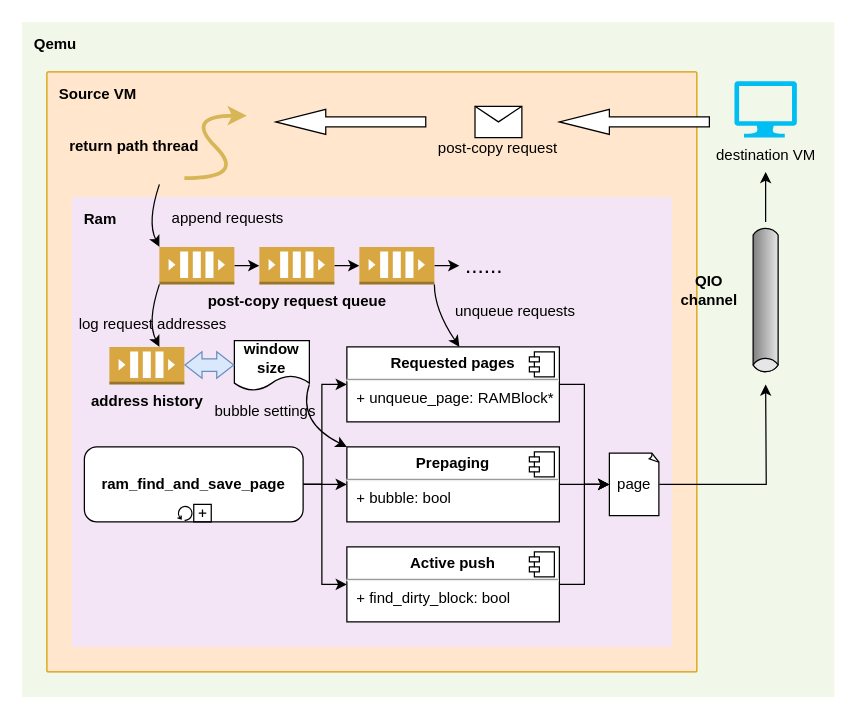
The draw.io diagram qemu-migration/ram-added-cirq.drawio in xuyizhe1999/drawio, before the edit. Source tidied: cells renumbered, new cells numbered last; positions are measured from the earlier drawing's top-left corner, leaving out a move shared by most shapes. Both pictures are drawn from the tidied source at 125%, with x=0, y=0 at pixel (21, 21).
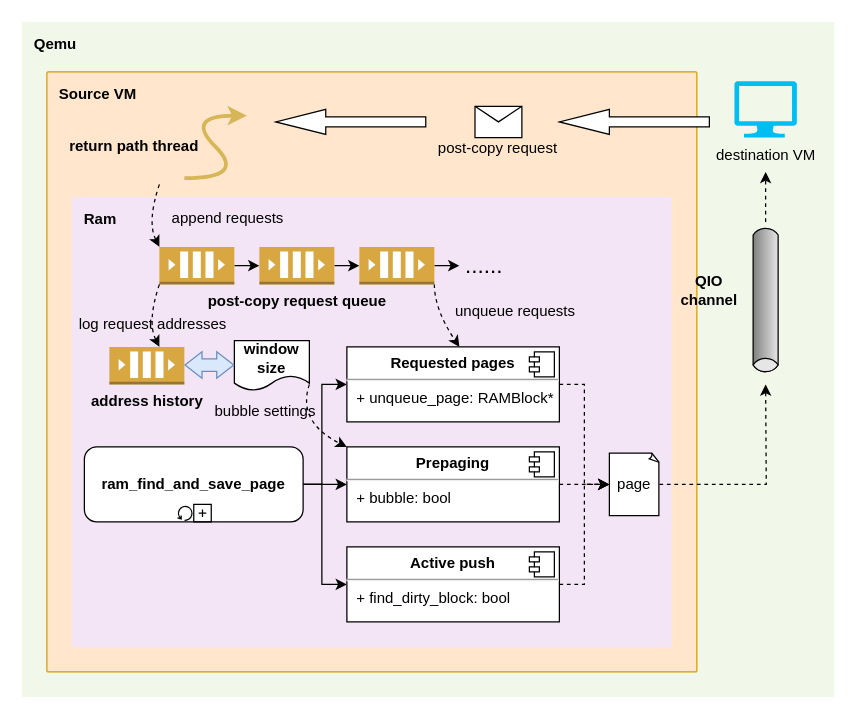
The same page after the edit.

The change refers to these unchanged cells:
```xml
<mxCell id="9" style="outlineConnect=0;dashed=0;verticalLabelPosition=bottom;verticalAlign=top;align=center;html=1;shape=mxgraph.aws3.queue;fillColor=#D9A741;gradientColor=none;fontSize=12;fontColor=#000000;" parent="1" vertex="1">
  <mxGeometry x="110" y="180" width="60" height="30" as="geometry" />
</mxCell>
<mxCell id="22" value="&lt;p style=&quot;margin: 0px ; margin-top: 6px ; text-align: center&quot;&gt;&lt;b&gt;Requested pages&lt;/b&gt;&lt;/p&gt;&lt;hr&gt;&lt;p style=&quot;margin: 0px ; margin-left: 8px&quot;&gt;+ unqueue_page&lt;span&gt;: RAMBlock*&lt;/span&gt;&lt;/p&gt;" style="align=left;overflow=fill;html=1;fontColor=#000000;" parent="1" vertex="1">
  <mxGeometry x="260" y="260" width="170" height="60" as="geometry" />
</mxCell>
<mxCell id="25" value="&lt;p style=&quot;margin: 0px ; margin-top: 6px ; text-align: center&quot;&gt;&lt;b&gt;Prepaging&lt;/b&gt;&lt;/p&gt;&lt;hr&gt;&lt;p style=&quot;margin: 0px ; margin-left: 8px&quot;&gt;+ bubble: bool&lt;br&gt;&lt;/p&gt;" style="align=left;overflow=fill;html=1;fontColor=#000000;" parent="1" vertex="1">
  <mxGeometry x="260" y="340" width="170" height="60" as="geometry" />
</mxCell>
<mxCell id="30" value="page" style="whiteSpace=wrap;html=1;shape=mxgraph.basic.document;fontColor=#000000;" parent="1" vertex="1">
  <mxGeometry x="470" y="345" width="40" height="50" as="geometry" />
</mxCell>
<mxCell id="39" value="&lt;p style=&quot;margin: 0px ; margin-top: 6px ; text-align: center&quot;&gt;&lt;b&gt;Active push&lt;/b&gt;&lt;/p&gt;&lt;hr&gt;&lt;p style=&quot;margin: 0px ; margin-left: 8px&quot;&gt;+ find_dirty_block: bool&lt;br&gt;&lt;/p&gt;" style="align=left;overflow=fill;html=1;fontColor=#000000;" parent="1" vertex="1">
  <mxGeometry x="260" y="420" width="170" height="60" as="geometry" />
</mxCell>
```

Change to the diagram source:
```diff
@@
-    <mxCell id="15" style="curved=1;endArrow=classic;html=1;rounded=0;fontSize=18;fontColor=#000000;strokeWidth=1;entryX=0;entryY=0;entryDx=0;entryDy=0;entryPerimeter=0;" parent="1" edge="1" target="9">
+    <mxCell id="15" style="curved=1;endArrow=classic;html=1;rounded=0;fontSize=18;fontColor=#000000;strokeWidth=1;entryX=0;entryY=0;entryDx=0;entryDy=0;entryPerimeter=0;dashed=1;" parent="1" edge="1" target="9">
       <mxGeometry relative="1" as="geometry">
         <mxPoint x="110" y="130" as="sourcePoint" />
         <Array as="points">
           <mxPoint x="100" y="160" />
         </Array>
       </mxGeometry>
     </mxCell>
@@
-    <mxCell id="21" style="edgeStyle=orthogonalEdgeStyle;rounded=0;jettySize=auto;html=1;exitX=1;exitY=0.5;exitDx=0;exitDy=0;entryX=0;entryY=0.5;entryDx=0;entryDy=0;entryPerimeter=0;" parent="1" edge="1" source="22" target="30">
+    <mxCell id="21" style="edgeStyle=orthogonalEdgeStyle;rounded=0;jettySize=auto;html=1;exitX=1;exitY=0.5;exitDx=0;exitDy=0;entryX=0;entryY=0.5;entryDx=0;entryDy=0;entryPerimeter=0;dashed=1;" parent="1" edge="1" source="22" target="30">
       <mxGeometry relative="1" as="geometry" />
     </mxCell>
@@
-    <mxCell id="24" style="edgeStyle=orthogonalEdgeStyle;rounded=0;jettySize=auto;html=1;exitX=1;exitY=0.5;exitDx=0;exitDy=0;" parent="1" edge="1" source="25">
+    <mxCell id="24" style="edgeStyle=orthogonalEdgeStyle;rounded=0;jettySize=auto;html=1;exitX=1;exitY=0.5;exitDx=0;exitDy=0;dashed=1;" parent="1" edge="1" source="25">
       <mxGeometry relative="1" as="geometry">
         <mxPoint x="470" y="370" as="targetPoint" />
       </mxGeometry>
     </mxCell>
@@
-    <mxCell id="27" style="curved=1;endArrow=classic;html=1;rounded=0;fontSize=12;fontColor=#000000;strokeWidth=1;" parent="1" edge="1">
+    <mxCell id="27" style="curved=1;endArrow=classic;html=1;rounded=0;fontSize=12;fontColor=#000000;strokeWidth=1;dashed=1;" parent="1" edge="1">
       <mxGeometry relative="1" as="geometry">
         <mxPoint x="330" y="210" as="sourcePoint" />
         <mxPoint x="350" y="260" as="targetPoint" />
         <Array as="points">
           <mxPoint x="330" y="230" />
         </Array>
       </mxGeometry>
     </mxCell>
@@
-    <mxCell id="29" style="edgeStyle=orthogonalEdgeStyle;rounded=0;jettySize=auto;html=1;exitX=1;exitY=0.5;exitDx=0;exitDy=0;exitPerimeter=0;fontSize=12;fontColor=#000000;strokeWidth=1;" parent="1" edge="1" source="30">
+    <mxCell id="29" style="edgeStyle=orthogonalEdgeStyle;rounded=0;jettySize=auto;html=1;exitX=1;exitY=0.5;exitDx=0;exitDy=0;exitPerimeter=0;fontSize=12;fontColor=#000000;strokeWidth=1;dashed=1;" parent="1" edge="1" source="30">
       <mxGeometry relative="1" as="geometry">
         <mxPoint x="595" y="290" as="targetPoint" />
       </mxGeometry>
     </mxCell>
@@
-    <mxCell id="32" style="endArrow=classic;html=1;rounded=0;fontSize=12;fontColor=#000000;strokeWidth=1;" parent="1" edge="1">
+    <mxCell id="32" style="endArrow=classic;html=1;rounded=0;fontSize=12;fontColor=#000000;strokeWidth=1;dashed=1;" parent="1" edge="1">
       <mxGeometry relative="1" as="geometry">
         <mxPoint x="595" y="160" as="sourcePoint" />
         <mxPoint x="595" y="120" as="targetPoint" />
       </mxGeometry>
     </mxCell>
@@
-    <mxCell id="38" style="edgeStyle=orthogonalEdgeStyle;rounded=0;jettySize=auto;html=1;exitX=1;exitY=0.5;exitDx=0;exitDy=0;" parent="1" edge="1" source="39">
+    <mxCell id="38" style="edgeStyle=orthogonalEdgeStyle;rounded=0;jettySize=auto;html=1;exitX=1;exitY=0.5;exitDx=0;exitDy=0;dashed=1;" parent="1" edge="1" source="39">
       <mxGeometry relative="1" as="geometry">
         <mxPoint x="470" y="370" as="targetPoint" />
         <Array as="points">
           <mxPoint x="450" y="450" />
           <mxPoint x="450" y="370" />
         </Array>
       </mxGeometry>
     </mxCell>
@@
-    <mxCell id="42" style="curved=1;endArrow=classic;html=1;rounded=0;fontSize=18;fontColor=#000000;strokeWidth=1;entryX=0;entryY=0;entryDx=0;entryDy=0;entryPerimeter=0;" parent="1" edge="1">
+    <mxCell id="42" style="curved=1;endArrow=classic;html=1;rounded=0;fontSize=18;fontColor=#000000;strokeWidth=1;entryX=0;entryY=0;entryDx=0;entryDy=0;entryPerimeter=0;dashed=1;" parent="1" edge="1">
       <mxGeometry relative="1" as="geometry">
         <mxPoint x="110" y="210" as="sourcePoint" />
         <mxPoint x="110" y="260" as="targetPoint" />
         <Array as="points">
           <mxPoint x="100" y="240" />
         </Array>
       </mxGeometry>
     </mxCell>
@@
-    <mxCell id="46" style="curved=1;endArrow=classic;html=1;rounded=0;fontSize=18;fontColor=#000000;strokeWidth=1;entryX=0;entryY=0;entryDx=0;entryDy=0;" parent="1" edge="1" target="25">
+    <mxCell id="46" style="curved=1;endArrow=classic;html=1;rounded=0;fontSize=18;fontColor=#000000;strokeWidth=1;entryX=0;entryY=0;entryDx=0;entryDy=0;dashed=1;" parent="1" edge="1" target="25">
       <mxGeometry relative="1" as="geometry">
         <mxPoint x="230" y="290" as="sourcePoint" />
         <Array as="points">
           <mxPoint x="220" y="320" />
         </Array>
       </mxGeometry>
     </mxCell>
```
